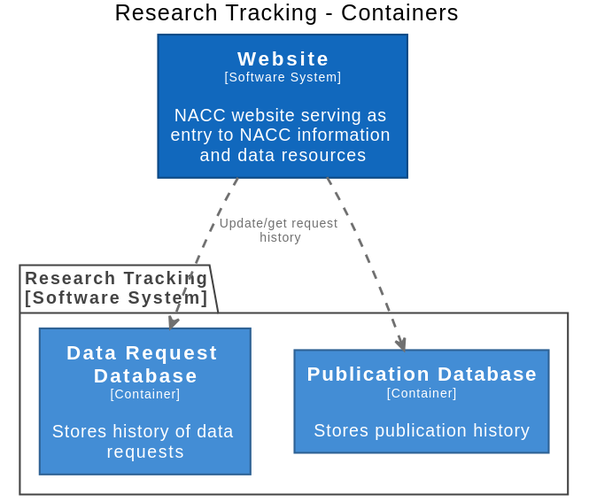
Earlier version of the PlantUML export docs/images/structurizr-ResearchTrackingContainers.svg (naccdata/system-design).
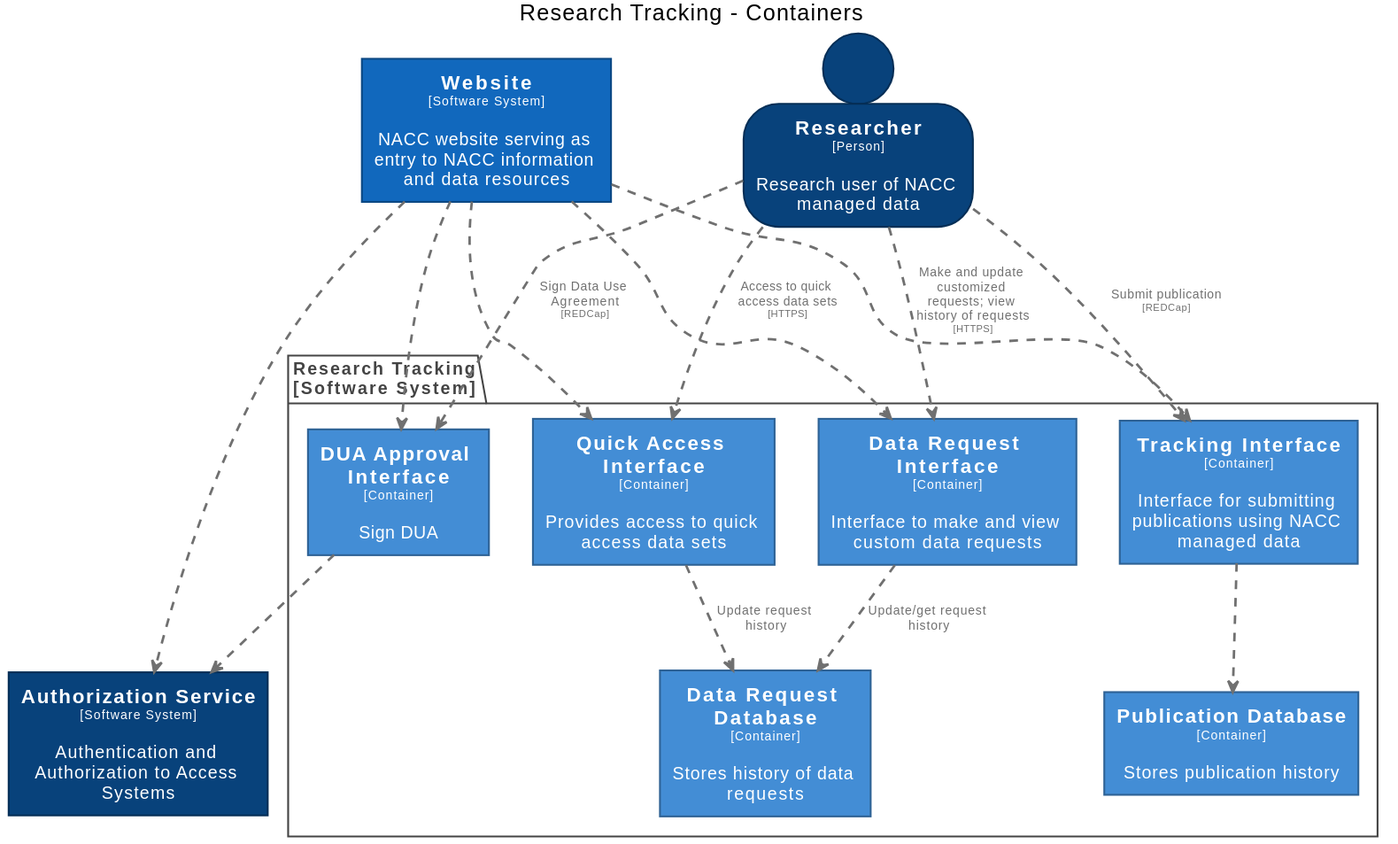
The same file after the commit.

What changed in the source:
```diff
@@ -13,12 +13,42 @@
 
 hide stereotype
 
+skinparam rectangle<<AuthorizationService>> {
+  BackgroundColor #08427b
+  FontColor #ffffff
+  BorderColor #052e56
+}
+skinparam rectangle<<ResearchTracking.DUAApprovalInterface>> {
+  BackgroundColor #438dd5
+  FontColor #ffffff
+  BorderColor #2e6295
+}
 skinparam rectangle<<ResearchTracking.DataRequestDatabase>> {
   BackgroundColor #438dd5
   FontColor #ffffff
   BorderColor #2e6295
 }
+skinparam rectangle<<ResearchTracking.DataRequestInterface>> {
+  BackgroundColor #438dd5
+  FontColor #ffffff
+  BorderColor #2e6295
+}
 skinparam rectangle<<ResearchTracking.PublicationDatabase>> {
+  BackgroundColor #438dd5
+  FontColor #ffffff
+  BorderColor #2e6295
+}
+skinparam rectangle<<ResearchTracking.QuickAccessInterface>> {
+  BackgroundColor #438dd5
+  FontColor #ffffff
+  BorderColor #2e6295
+}
+skinparam person<<Researcher>> {
+  BackgroundColor #08427b
+  FontColor #ffffff
+  BorderColor #052e56
+}
+skinparam rectangle<<ResearchTracking.TrackingInterface>> {
   BackgroundColor #438dd5
   FontColor #ffffff
   BorderColor #2e6295
@@ -29,6 +59,8 @@
   BorderColor #0b4884
 }
 
+rectangle "==Authorization Service\n<size:10>[Software System]</size>\n\nAuthentication and Authorization to Access Systems" <<AuthorizationService>> as AuthorizationService
+person "==Researcher\n<size:10>[Person]</size>\n\nResearch user of NACC managed data" <<Researcher>> as Researcher
 rectangle "==Website\n<size:10>[Software System]</size>\n\nNACC website serving as entry to NACC information and data resources" <<Website>> as Website
 
 package "Research Tracking\n[Software System]" <<ResearchTracking>> {
@@ -36,9 +68,24 @@
   skinparam PackageFontColor<<ResearchTracking>> #444444
 
   rectangle "==Data Request Database\n<size:10>[Container]</size>\n\nStores history of data requests" <<ResearchTracking.DataRequestDatabase>> as ResearchTracking.DataRequestDatabase
+  rectangle "==Data Request Interface\n<size:10>[Container]</size>\n\nInterface to make and view custom data requests" <<ResearchTracking.DataRequestInterface>> as ResearchTracking.DataRequestInterface
+  rectangle "==Quick Access Interface\n<size:10>[Container]</size>\n\nProvides access to quick access data sets" <<ResearchTracking.QuickAccessInterface>> as ResearchTracking.QuickAccessInterface
   rectangle "==Publication Database\n<size:10>[Container]</size>\n\nStores publication history" <<ResearchTracking.PublicationDatabase>> as ResearchTracking.PublicationDatabase
+  rectangle "==Tracking Interface\n<size:10>[Container]</size>\n\nInterface for submitting publications using NACC managed data" <<ResearchTracking.TrackingInterface>> as ResearchTracking.TrackingInterface
+  rectangle "==DUA Approval Interface\n<size:10>[Container]</size>\n\nSign DUA" <<ResearchTracking.DUAApprovalInterface>> as ResearchTracking.DUAApprovalInterface
 }
 
-Website .[#707070,thickness=2].> ResearchTracking.PublicationDatabase : "<color:#707070>"
-Website .[#707070,thickness=2].> ResearchTracking.DataRequestDatabase : "<color:#707070>Update/get request history"
+Website .[#707070,thickness=2].> ResearchTracking.DataRequestInterface : "<color:#707070>"
+Website .[#707070,thickness=2].> ResearchTracking.QuickAccessInterface : "<color:#707070>"
+Website .[#707070,thickness=2].> ResearchTracking.TrackingInterface : "<color:#707070>"
+Website .[#707070,thickness=2].> ResearchTracking.DUAApprovalInterface : "<color:#707070>"
+Researcher .[#707070,thickness=2].> ResearchTracking.TrackingInterface : "<color:#707070>Submit publication\n<color:#707070><size:8>[REDCap]</size>"
+Researcher .[#707070,thickness=2].> ResearchTracking.DUAApprovalInterface : "<color:#707070>Sign Data Use Agreement\n<color:#707070><size:8>[REDCap]</size>"
+Researcher .[#707070,thickness=2].> ResearchTracking.DataRequestInterface : "<color:#707070>Make and update customized requests; view history of requests\n<color:#707070><size:8>[HTTPS]</size>"
+Researcher .[#707070,thickness=2].> ResearchTracking.QuickAccessInterface : "<color:#707070>Access to quick access data sets\n<color:#707070><size:8>[HTTPS]</size>"
+ResearchTracking.DataRequestInterface .[#707070,thickness=2].> ResearchTracking.DataRequestDatabase : "<color:#707070>Update/get request history"
+ResearchTracking.QuickAccessInterface .[#707070,thickness=2].> ResearchTracking.DataRequestDatabase : "<color:#707070>Update request history"
+ResearchTracking.TrackingInterface .[#707070,thickness=2].> ResearchTracking.PublicationDatabase : "<color:#707070>"
+ResearchTracking.DUAApprovalInterface .[#707070,thickness=2].> AuthorizationService : "<color:#707070>"
+Website .[#707070,thickness=2].> AuthorizationService : "<color:#707070>"
 @enduml
```
